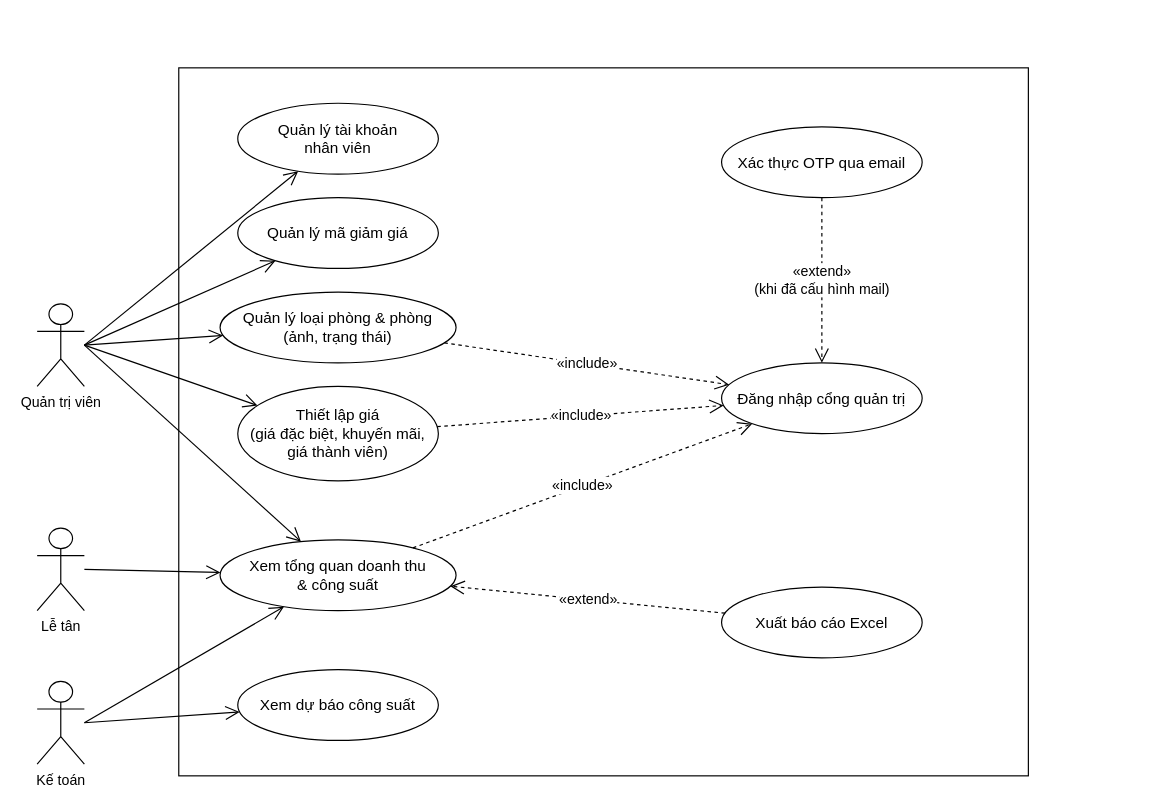
The draw.io diagram docs/use-case/uc5-quan-tri-phong-gia.drawio in ngynquchn2511/beach-hotel, before the edit. Source tidied: cells renumbered, new cells numbered last; positions are measured from the earlier drawing's top-left corner, leaving out a move shared by most shapes. Both pictures are drawn from the tidied source at 118%, with x=0, y=0 at pixel (37, 67).
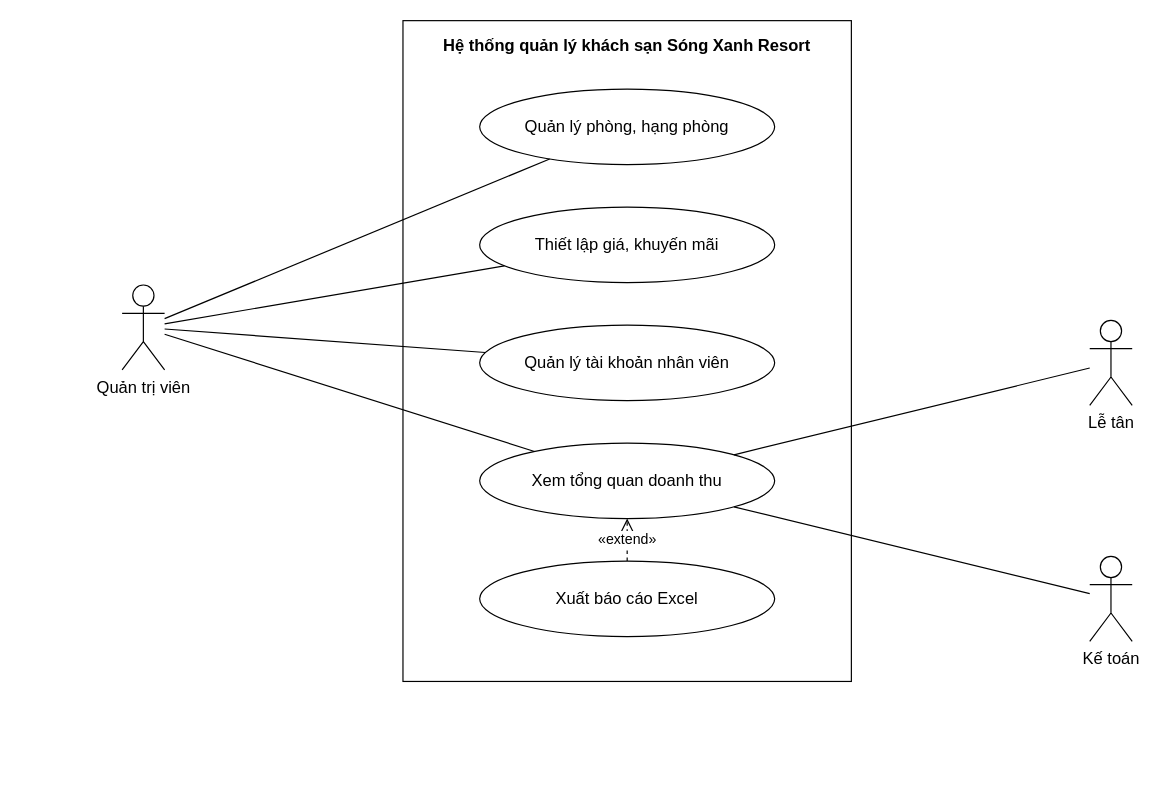
The same page after the edit.

Diff of the diagram source:
```diff
@@
-<mxGraphModel>
+<mxGraphModel background="#FFFFFF">
@@
-    <mxCell id="2" style="rounded=0;whiteSpace=wrap;html=1;verticalAlign=top;fontStyle=1;fontSize=14;fillColor=none;strokeColor=#000000;" parent="1" vertex="1">
-      <mxGeometry x="120" width="720" height="600" as="geometry" />
-    </mxCell>
+    <mxCell id="28" value="Hệ thống quản lý khách sạn Sóng Xanh Resort" style="fontFamily=Arial;fontColor=#000000;rounded=0;whiteSpace=wrap;html=1;verticalAlign=top;fontStyle=1;fontSize=14;fillColor=none;strokeColor=#000000;spacingTop=6;" parent="1" vertex="1">
+      <mxGeometry x="310" y="-40" width="380" height="560" as="geometry" />
+    </mxCell>
+    <mxCell id="29" value="Quản lý phòng, hạng phòng" style="fontFamily=Arial;fontColor=#000000;ellipse;whiteSpace=wrap;html=1;fillColor=#FFFFFF;strokeColor=#000000;fontSize=14;" parent="1" vertex="1">
+      <mxGeometry x="375" y="18" width="250" height="64" as="geometry" />
+    </mxCell>
+    <mxCell id="30" value="Thiết lập giá, khuyến mãi" style="fontFamily=Arial;fontColor=#000000;ellipse;whiteSpace=wrap;html=1;fillColor=#FFFFFF;strokeColor=#000000;fontSize=14;" parent="1" vertex="1">
+      <mxGeometry x="375" y="118" width="250" height="64" as="geometry" />
+    </mxCell>
+    <mxCell id="6" value="Quản lý tài khoản nhân viên" style="fontFamily=Arial;fontColor=#000000;ellipse;whiteSpace=wrap;html=1;fillColor=#FFFFFF;strokeColor=#000000;fontSize=14;" parent="1" vertex="1">
+      <mxGeometry x="375" y="218" width="250" height="64" as="geometry" />
+    </mxCell>
+    <mxCell id="31" value="Xem tổng quan doanh thu" style="fontFamily=Arial;fontColor=#000000;ellipse;whiteSpace=wrap;html=1;fillColor=#FFFFFF;strokeColor=#000000;fontSize=14;" parent="1" vertex="1">
+      <mxGeometry x="375" y="318" width="250" height="64" as="geometry" />
+    </mxCell>
+    <mxCell id="14" value="Xuất báo cáo Excel" style="fontFamily=Arial;fontColor=#000000;ellipse;whiteSpace=wrap;html=1;fillColor=#FFFFFF;strokeColor=#000000;fontSize=14;" parent="1" vertex="1">
+      <mxGeometry x="375" y="418" width="250" height="64" as="geometry" />
+    </mxCell>
-    <mxCell id="3" value="Quản trị viên" style="shape=umlActor;verticalLabelPosition=bottom;verticalAlign=top;html=1;outlineConnect=0;fillColor=#FFFFFF;strokeColor=#000000;" parent="1" vertex="1">
-      <mxGeometry y="200" width="40" height="70" as="geometry" />
+    <mxCell id="3" value="Quản trị viên" style="fontFamily=Arial;fontColor=#000000;shape=umlActor;verticalLabelPosition=bottom;verticalAlign=top;html=1;outlineConnect=0;fillColor=#FFFFFF;strokeColor=#000000;fontSize=14;" parent="1" vertex="1">
+      <mxGeometry x="72" y="184" width="36" height="72" as="geometry" />
     </mxCell>
-    <mxCell id="4" value="Lễ tân" style="shape=umlActor;verticalLabelPosition=bottom;verticalAlign=top;html=1;outlineConnect=0;fillColor=#FFFFFF;strokeColor=#000000;" parent="1" vertex="1">
-      <mxGeometry y="390" width="40" height="70" as="geometry" />
+    <mxCell id="4" value="Lễ tân" style="fontFamily=Arial;fontColor=#000000;shape=umlActor;verticalLabelPosition=bottom;verticalAlign=top;html=1;outlineConnect=0;fillColor=#FFFFFF;strokeColor=#000000;fontSize=14;" parent="1" vertex="1">
+      <mxGeometry x="892" y="214" width="36" height="72" as="geometry" />
     </mxCell>
-    <mxCell id="5" value="Kế toán" style="shape=umlActor;verticalLabelPosition=bottom;verticalAlign=top;html=1;outlineConnect=0;fillColor=#FFFFFF;strokeColor=#000000;" parent="1" vertex="1">
-      <mxGeometry y="520" width="40" height="70" as="geometry" />
+    <mxCell id="5" value="Kế toán" style="fontFamily=Arial;fontColor=#000000;shape=umlActor;verticalLabelPosition=bottom;verticalAlign=top;html=1;outlineConnect=0;fillColor=#FFFFFF;strokeColor=#000000;fontSize=14;" parent="1" vertex="1">
+      <mxGeometry x="892" y="414" width="36" height="72" as="geometry" />
     </mxCell>
-    <mxCell id="6" value="Quản lý tài khoản&lt;br&gt;nhân viên" style="ellipse;whiteSpace=wrap;html=1;fillColor=#FFFFFF;strokeColor=#000000;fontSize=13;" parent="2" vertex="1">
-      <mxGeometry x="50" y="30" width="170" height="60" as="geometry" />
-    </mxCell>
-    <mxCell id="7" value="Quản lý mã giảm giá" style="ellipse;whiteSpace=wrap;html=1;fillColor=#FFFFFF;strokeColor=#000000;fontSize=13;" parent="2" vertex="1">
-      <mxGeometry x="50" y="110" width="170" height="60" as="geometry" />
-    </mxCell>
-    <mxCell id="8" value="Quản lý loại phòng &amp;amp; phòng&lt;br&gt;(ảnh, trạng thái)" style="ellipse;whiteSpace=wrap;html=1;fillColor=#FFFFFF;strokeColor=#000000;fontSize=13;" parent="2" vertex="1">
-      <mxGeometry x="35" y="190" width="200" height="60" as="geometry" />
-    </mxCell>
-    <mxCell id="9" value="Thiết lập giá&lt;br&gt;(giá đặc biệt, khuyến mãi,&lt;br&gt;giá thành viên)" style="ellipse;whiteSpace=wrap;html=1;fillColor=#FFFFFF;strokeColor=#000000;fontSize=13;" parent="2" vertex="1">
-      <mxGeometry x="50" y="270" width="170" height="80" as="geometry" />
-    </mxCell>
-    <mxCell id="10" value="Xem tổng quan doanh thu&lt;br&gt;&amp;amp; công suất" style="ellipse;whiteSpace=wrap;html=1;fillColor=#FFFFFF;strokeColor=#000000;fontSize=13;" parent="2" vertex="1">
-      <mxGeometry x="35" y="400" width="200" height="60" as="geometry" />
-    </mxCell>
-    <mxCell id="11" value="Xem dự báo công suất" style="ellipse;whiteSpace=wrap;html=1;fillColor=#FFFFFF;strokeColor=#000000;fontSize=13;" parent="2" vertex="1">
-      <mxGeometry x="50" y="510" width="170" height="60" as="geometry" />
-    </mxCell>
-    <mxCell id="12" value="Xác thực OTP qua email" style="ellipse;whiteSpace=wrap;html=1;fillColor=#FFFFFF;strokeColor=#000000;fontSize=13;" parent="2" vertex="1">
-      <mxGeometry x="460" y="50" width="170" height="60" as="geometry" />
-    </mxCell>
-    <mxCell id="13" value="Đăng nhập cổng quản trị" style="ellipse;whiteSpace=wrap;html=1;fillColor=#FFFFFF;strokeColor=#000000;fontSize=13;" parent="2" vertex="1">
-      <mxGeometry x="460" y="250" width="170" height="60" as="geometry" />
-    </mxCell>
-    <mxCell id="14" value="Xuất báo cáo Excel" style="ellipse;whiteSpace=wrap;html=1;fillColor=#FFFFFF;strokeColor=#000000;fontSize=13;" parent="2" vertex="1">
-      <mxGeometry x="460" y="440" width="170" height="60" as="geometry" />
-    </mxCell>
-    <mxCell id="15" style="endArrow=open;endSize=10;html=1;strokeColor=#000000;exitX=1;exitY=0.5;exitPerimeter=0;" parent="1" edge="1" source="3" target="6">
-      <mxGeometry relative="1" as="geometry" />
-    </mxCell>
-    <mxCell id="16" style="endArrow=open;endSize=10;html=1;strokeColor=#000000;exitX=1;exitY=0.5;exitPerimeter=0;" parent="1" edge="1" source="3" target="7">
-      <mxGeometry relative="1" as="geometry" />
-    </mxCell>
-    <mxCell id="17" style="endArrow=open;endSize=10;html=1;strokeColor=#000000;exitX=1;exitY=0.5;exitPerimeter=0;" parent="1" edge="1" source="3" target="8">
-      <mxGeometry relative="1" as="geometry" />
-    </mxCell>
-    <mxCell id="18" style="endArrow=open;endSize=10;html=1;strokeColor=#000000;exitX=1;exitY=0.5;exitPerimeter=0;" parent="1" edge="1" source="3" target="9">
-      <mxGeometry relative="1" as="geometry" />
-    </mxCell>
-    <mxCell id="19" style="endArrow=open;endSize=10;html=1;strokeColor=#000000;exitX=1;exitY=0.5;exitPerimeter=0;" parent="1" edge="1" source="3" target="10">
-      <mxGeometry relative="1" as="geometry" />
-    </mxCell>
-    <mxCell id="20" style="endArrow=open;endSize=10;html=1;strokeColor=#000000;exitX=1;exitY=0.5;exitPerimeter=0;" parent="1" edge="1" source="4" target="10">
-      <mxGeometry relative="1" as="geometry" />
-    </mxCell>
-    <mxCell id="21" style="endArrow=open;endSize=10;html=1;strokeColor=#000000;exitX=1;exitY=0.5;exitPerimeter=0;" parent="1" edge="1" source="5" target="10">
-      <mxGeometry relative="1" as="geometry" />
-    </mxCell>
-    <mxCell id="22" style="endArrow=open;endSize=10;html=1;strokeColor=#000000;exitX=1;exitY=0.5;exitPerimeter=0;" parent="1" edge="1" source="5" target="11">
-      <mxGeometry relative="1" as="geometry" />
-    </mxCell>
-    <mxCell id="23" value="«include»" style="endArrow=open;endSize=10;dashed=1;html=1;strokeColor=#000000;fontSize=12;labelBackgroundColor=#FFFFFF;" parent="1" edge="1" source="8" target="13">
-      <mxGeometry relative="1" as="geometry" />
-    </mxCell>
-    <mxCell id="24" value="«include»" style="endArrow=open;endSize=10;dashed=1;html=1;strokeColor=#000000;fontSize=12;labelBackgroundColor=#FFFFFF;" parent="1" edge="1" source="9" target="13">
-      <mxGeometry relative="1" as="geometry" />
-    </mxCell>
-    <mxCell id="25" value="«include»" style="endArrow=open;endSize=10;dashed=1;html=1;strokeColor=#000000;fontSize=12;labelBackgroundColor=#FFFFFF;" parent="1" edge="1" source="10" target="13">
+    <mxCell id="25" style="fontFamily=Arial;fontColor=#000000;endArrow=none;html=1;strokeColor=#000000;rounded=0;" parent="1" edge="1" source="3" target="29">
       <mxGeometry relative="1" as="geometry" />
     </mxCell>
-    <mxCell id="26" value="«extend»&lt;br&gt;(khi đã cấu hình mail)" style="endArrow=open;endSize=10;dashed=1;html=1;strokeColor=#000000;fontSize=12;labelBackgroundColor=#FFFFFF;" parent="1" edge="1" source="12" target="13">
+    <mxCell id="26" style="fontFamily=Arial;fontColor=#000000;endArrow=none;html=1;strokeColor=#000000;rounded=0;" parent="1" edge="1" source="3" target="30">
       <mxGeometry relative="1" as="geometry" />
     </mxCell>
-    <mxCell id="27" value="«extend»" style="endArrow=open;endSize=10;dashed=1;html=1;strokeColor=#000000;fontSize=12;labelBackgroundColor=#FFFFFF;" parent="1" edge="1" source="14" target="10">
+    <mxCell id="27" style="fontFamily=Arial;fontColor=#000000;endArrow=none;html=1;strokeColor=#000000;rounded=0;" parent="1" edge="1" source="3" target="6">
       <mxGeometry relative="1" as="geometry" />
     </mxCell>
+    <mxCell id="32" style="fontFamily=Arial;fontColor=#000000;endArrow=none;html=1;strokeColor=#000000;rounded=0;" parent="1" edge="1" source="3" target="31">
+      <mxGeometry relative="1" as="geometry" />
+    </mxCell>
+    <mxCell id="33" style="fontFamily=Arial;fontColor=#000000;endArrow=none;html=1;strokeColor=#000000;rounded=0;" parent="1" edge="1" source="4" target="31">
+      <mxGeometry relative="1" as="geometry" />
+    </mxCell>
+    <mxCell id="34" style="fontFamily=Arial;fontColor=#000000;endArrow=none;html=1;strokeColor=#000000;rounded=0;" parent="1" edge="1" source="5" target="31">
+      <mxGeometry relative="1" as="geometry" />
+    </mxCell>
+    <mxCell id="35" value="«extend»" style="fontFamily=Arial;fontColor=#000000;endArrow=open;endSize=10;dashed=1;html=1;strokeColor=#000000;rounded=0;fontSize=12;labelBackgroundColor=#FFFFFF;exitX=0.5;exitY=0;exitDx=0;exitDy=0;exitPerimeter=0;entryX=0.5;entryY=1;entryDx=0;entryDy=0;entryPerimeter=0;" parent="1" edge="1" source="14" target="31">
+      <mxGeometry relative="1" as="geometry" />
+    </mxCell>
```
